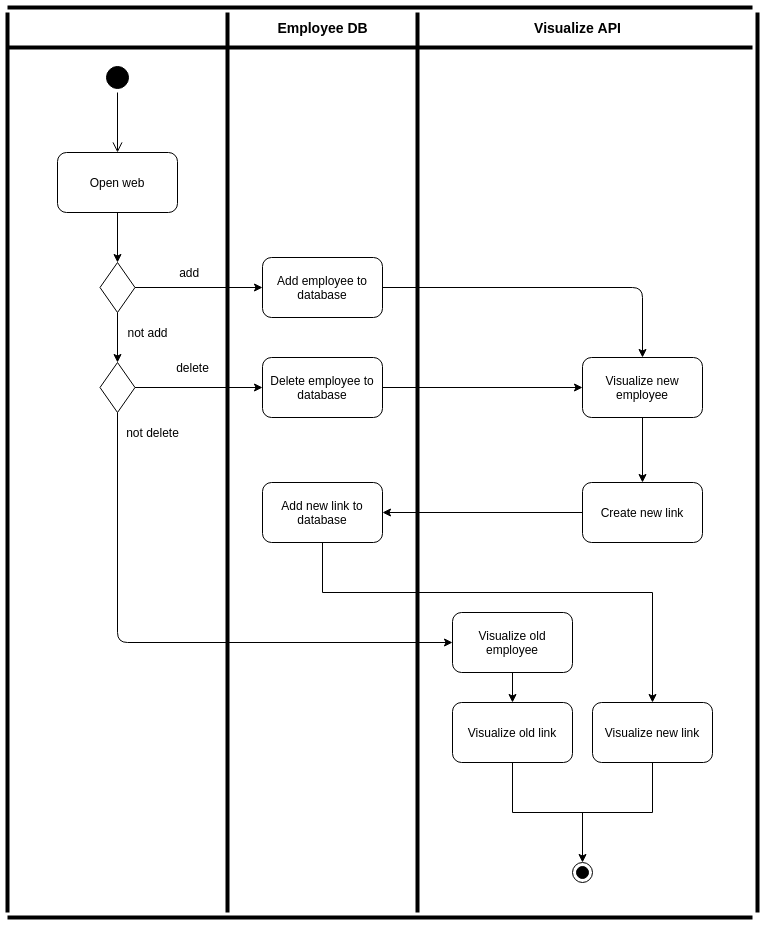
trkhoi/Modeling keeps this draw.io diagram as ActivityDiagram.png. Above is the earlier version. Source tidied: cells renumbered, new cells last; positions are measured from the earlier drawing's top-left corner, leaving out a move shared by most shapes.
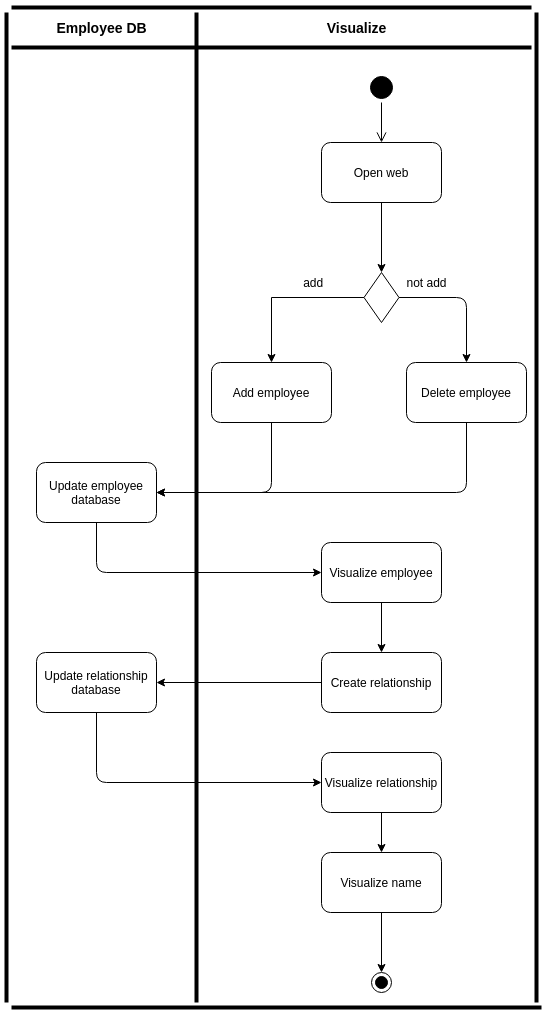
Above is the later version.

Change to the diagram source:
```diff
@@ -3,163 +3,132 @@
     <mxCell id="0" />
     <mxCell id="1" parent="0" />
     <mxCell id="2" style="ellipse;html=1;shape=startState;fillColor=#000000;" parent="1" vertex="1">
-      <mxGeometry x="100" y="60" width="30" height="30" as="geometry" />
+      <mxGeometry x="585" y="70" width="30" height="30" as="geometry" />
     </mxCell>
-    <mxCell id="3" style="edgeStyle=orthogonalEdgeStyle;html=1;verticalAlign=bottom;endArrow=open;endSize=8;" parent="1" edge="1" source="2">
-      <mxGeometry relative="1" as="geometry">
-        <mxPoint x="115" y="150" as="targetPoint" />
-      </mxGeometry>
+    <mxCell id="3" style="edgeStyle=orthogonalEdgeStyle;html=1;verticalAlign=bottom;endArrow=open;endSize=8;entryX=0.5;entryY=0;entryDx=0;entryDy=0;" parent="1" edge="1" source="2" target="4">
+      <mxGeometry relative="1" as="geometry" />
     </mxCell>
     <mxCell id="4" value="Open web" style="rounded=1;whiteSpace=wrap;html=1;strokeColor=#000000;" parent="1" vertex="1">
-      <mxGeometry x="55" y="150" width="120" height="60" as="geometry" />
+      <mxGeometry x="540" y="140" width="120" height="60" as="geometry" />
     </mxCell>
-    <mxCell id="5" style="endArrow=classic;html=1;strokeColor=#000000;exitX=0.5;exitY=1;exitDx=0;exitDy=0;" parent="1" edge="1" source="4">
-      <mxGeometry relative="1" as="geometry">
-        <mxPoint x="115" y="260" as="targetPoint" />
-      </mxGeometry>
+    <mxCell id="5" style="endArrow=classic;html=1;strokeColor=#000000;exitX=0.5;exitY=1;exitDx=0;exitDy=0;entryX=0.5;entryY=0;entryDx=0;entryDy=0;" parent="1" edge="1" source="4" target="8">
+      <mxGeometry relative="1" as="geometry" />
     </mxCell>
-    <mxCell id="6" style="edgeStyle=orthogonalEdgeStyle;rounded=0;jettySize=auto;html=1;" parent="1" edge="1" source="7">
-      <mxGeometry relative="1" as="geometry">
-        <mxPoint x="510" y="700" as="targetPoint" />
-      </mxGeometry>
-    </mxCell>
-    <mxCell id="7" value="Visualize old employee" style="rounded=1;whiteSpace=wrap;html=1;strokeColor=#000000;" parent="1" vertex="1">
-      <mxGeometry x="450" y="610" width="120" height="60" as="geometry" />
-    </mxCell>
+    <mxCell id="9" style="edgeStyle=orthogonalEdgeStyle;rounded=0;jettySize=auto;html=1;entryX=0.5;entryY=0;entryDx=0;entryDy=0;" parent="1" edge="1" source="8" target="13">
+      <mxGeometry relative="1" as="geometry" />
+    </mxCell>
     <mxCell id="8" style="rhombus;whiteSpace=wrap;html=1;strokeColor=#000000;" parent="1" vertex="1">
-      <mxGeometry x="97.5" y="260" width="35" height="50" as="geometry" />
+      <mxGeometry x="582.5" y="270" width="35" height="50" as="geometry" />
     </mxCell>
-    <mxCell id="9" style="endArrow=classic;html=1;strokeColor=#000000;exitX=1;exitY=0.5;exitDx=0;exitDy=0;entryX=0;entryY=0.5;entryDx=0;entryDy=0;" parent="1" edge="1" source="8" target="13">
-      <mxGeometry relative="1" as="geometry" />
-    </mxCell>
-    <mxCell id="10" style="endArrow=classic;html=1;strokeColor=#000000;exitX=0.5;exitY=1;exitDx=0;exitDy=0;" parent="1" edge="1" source="8">
-      <mxGeometry relative="1" as="geometry">
-        <mxPoint x="115" y="360" as="targetPoint" />
-      </mxGeometry>
-    </mxCell>
     <mxCell id="11" value="&amp;nbsp;add" style="text;html=1;align=center;verticalAlign=middle;" parent="1" vertex="1">
-      <mxGeometry x="165" y="260" width="40" height="20" as="geometry" />
+      <mxGeometry x="510" y="270" width="40" height="20" as="geometry" />
     </mxCell>
     <mxCell id="12" value="not add" style="text;html=1;align=center;verticalAlign=middle;" parent="1" vertex="1">
-      <mxGeometry x="115" y="320" width="60" height="20" as="geometry" />
+      <mxGeometry x="615" y="270" width="60" height="20" as="geometry" />
     </mxCell>
-    <mxCell id="13" value="Add employee to database" style="rounded=1;whiteSpace=wrap;html=1;strokeColor=#000000;" parent="1" vertex="1">
-      <mxGeometry x="260" y="255" width="120" height="60" as="geometry" />
+    <mxCell id="13" value="Add employee" style="rounded=1;whiteSpace=wrap;html=1;strokeColor=#000000;" parent="1" vertex="1">
+      <mxGeometry x="430" y="360" width="120" height="60" as="geometry" />
     </mxCell>
-    <mxCell id="14" style="edgeStyle=orthogonalEdgeStyle;rounded=0;jettySize=auto;html=1;exitX=1;exitY=0.5;exitDx=0;exitDy=0;entryX=0;entryY=0.5;entryDx=0;entryDy=0;" parent="1" edge="1" source="19" target="18">
-      <mxGeometry relative="1" as="geometry" />
-    </mxCell>
-    <mxCell id="15" value="not delete" style="text;html=1;align=center;verticalAlign=middle;" parent="1" vertex="1">
-      <mxGeometry x="115" y="420" width="70" height="20" as="geometry" />
-    </mxCell>
-    <mxCell id="16" value="delete" style="text;html=1;align=center;verticalAlign=middle;" parent="1" vertex="1">
-      <mxGeometry x="165" y="355" width="50" height="20" as="geometry" />
-    </mxCell>
-    <mxCell id="17" style="edgeStyle=orthogonalEdgeStyle;rounded=0;jettySize=auto;html=1;entryX=0;entryY=0.5;entryDx=0;entryDy=0;" parent="1" edge="1" source="18" target="22">
-      <mxGeometry relative="1" as="geometry" />
-    </mxCell>
-    <mxCell id="18" value="Delete employee to database" style="rounded=1;whiteSpace=wrap;html=1;strokeColor=#000000;" parent="1" vertex="1">
-      <mxGeometry x="260" y="355" width="120" height="60" as="geometry" />
+    <mxCell id="18" value="Update employee database" style="rounded=1;whiteSpace=wrap;html=1;strokeColor=#000000;" parent="1" vertex="1">
+      <mxGeometry x="255" y="460" width="120" height="60" as="geometry" />
     </mxCell>
-    <mxCell id="19" style="rhombus;whiteSpace=wrap;html=1;strokeColor=#000000;" parent="1" vertex="1">
-      <mxGeometry x="97.5" y="360" width="35" height="50" as="geometry" />
-    </mxCell>
-    <mxCell id="20" style="endArrow=classic;html=1;exitX=1;exitY=0.5;exitDx=0;exitDy=0;entryX=0.5;entryY=0;entryDx=0;entryDy=0;" parent="1" edge="1" source="13" target="22">
-      <mxGeometry relative="1" as="geometry">
-        <Array as="points">
-          <mxPoint x="640" y="285" />
-        </Array>
-      </mxGeometry>
-    </mxCell>
-    <mxCell id="21" style="edgeStyle=orthogonalEdgeStyle;rounded=0;jettySize=auto;html=1;" parent="1" edge="1" source="22">
-      <mxGeometry relative="1" as="geometry">
-        <mxPoint x="640" y="480" as="targetPoint" />
-      </mxGeometry>
-    </mxCell>
+    <mxCell id="44" style="edgeStyle=orthogonalEdgeStyle;rounded=0;jettySize=auto;html=1;" parent="1" edge="1" source="22">
+      <mxGeometry relative="1" as="geometry">
+        <mxPoint x="600" y="650" as="targetPoint" />
+      </mxGeometry>
+    </mxCell>
-    <mxCell id="22" value="Visualize new employee" style="rounded=1;whiteSpace=wrap;html=1;strokeColor=#000000;" parent="1" vertex="1">
-      <mxGeometry x="580" y="355" width="120" height="60" as="geometry" />
+    <mxCell id="22" value="Visualize employee" style="rounded=1;whiteSpace=wrap;html=1;strokeColor=#000000;" parent="1" vertex="1">
+      <mxGeometry x="540" y="540" width="120" height="60" as="geometry" />
     </mxCell>
-    <mxCell id="23" style="edgeStyle=orthogonalEdgeStyle;rounded=0;jettySize=auto;html=1;" parent="1" edge="1" source="24">
-      <mxGeometry relative="1" as="geometry">
-        <mxPoint x="650" y="700" as="targetPoint" />
-        <Array as="points">
-          <mxPoint x="320" y="590" />
-        </Array>
-      </mxGeometry>
-    </mxCell>
-    <mxCell id="24" value="Add new link to database" style="rounded=1;whiteSpace=wrap;html=1;strokeColor=#000000;" parent="1" vertex="1">
-      <mxGeometry x="260" y="480" width="120" height="60" as="geometry" />
-    </mxCell>
-    <mxCell id="25" style="edgeStyle=orthogonalEdgeStyle;rounded=0;jettySize=auto;html=1;entryX=1;entryY=0.5;entryDx=0;entryDy=0;" parent="1" edge="1" source="26" target="24">
-      <mxGeometry relative="1" as="geometry" />
-    </mxCell>
+    <mxCell id="45" style="edgeStyle=orthogonalEdgeStyle;rounded=0;jettySize=auto;html=1;entryX=1;entryY=0.5;entryDx=0;entryDy=0;" parent="1" edge="1" source="26" target="50">
+      <mxGeometry relative="1" as="geometry" />
+    </mxCell>
-    <mxCell id="26" value="Create new link" style="rounded=1;whiteSpace=wrap;html=1;strokeColor=#000000;" parent="1" vertex="1">
-      <mxGeometry x="580" y="480" width="120" height="60" as="geometry" />
+    <mxCell id="26" value="Create relationship" style="rounded=1;whiteSpace=wrap;html=1;strokeColor=#000000;" parent="1" vertex="1">
+      <mxGeometry x="540" y="650" width="120" height="60" as="geometry" />
     </mxCell>
-    <mxCell id="27" style="endArrow=classic;html=1;exitX=0.5;exitY=1;exitDx=0;exitDy=0;entryX=0;entryY=0.5;entryDx=0;entryDy=0;" parent="1" edge="1" source="19" target="7">
-      <mxGeometry relative="1" as="geometry">
-        <Array as="points">
-          <mxPoint x="115" y="640" />
-        </Array>
-      </mxGeometry>
-    </mxCell>
-    <mxCell id="28" value="Visualize new link" style="rounded=1;whiteSpace=wrap;html=1;strokeColor=#000000;" parent="1" vertex="1">
-      <mxGeometry x="590" y="700" width="120" height="60" as="geometry" />
-    </mxCell>
-    <mxCell id="29" value="Visualize old link" style="rounded=1;whiteSpace=wrap;html=1;strokeColor=#000000;" parent="1" vertex="1">
-      <mxGeometry x="450" y="700" width="120" height="60" as="geometry" />
-    </mxCell>
-    <mxCell id="30" style="endArrow=none;html=1;entryX=0.5;entryY=1;entryDx=0;entryDy=0;" parent="1" edge="1" target="29">
-      <mxGeometry relative="1" as="geometry">
-        <mxPoint x="510" y="810" as="sourcePoint" />
-      </mxGeometry>
-    </mxCell>
-    <mxCell id="31" style="endArrow=none;html=1;entryX=0.5;entryY=1;entryDx=0;entryDy=0;" parent="1" edge="1" target="28">
-      <mxGeometry relative="1" as="geometry">
-        <mxPoint x="650" y="810" as="sourcePoint" />
-      </mxGeometry>
-    </mxCell>
-    <mxCell id="32" style="endArrow=none;html=1;" parent="1" edge="1">
-      <mxGeometry relative="1" as="geometry">
-        <mxPoint x="510" y="810" as="sourcePoint" />
-        <mxPoint x="650" y="810" as="targetPoint" />
-      </mxGeometry>
-    </mxCell>
-    <mxCell id="33" style="endArrow=classic;html=1;" parent="1" edge="1">
-      <mxGeometry relative="1" as="geometry">
-        <mxPoint x="580" y="810" as="sourcePoint" />
-        <mxPoint x="580" y="860" as="targetPoint" />
-      </mxGeometry>
-    </mxCell>
     <mxCell id="34" style="ellipse;html=1;shape=endState;fillColor=#000000;" parent="1" vertex="1">
-      <mxGeometry x="570" y="860" width="20" height="20" as="geometry" />
+      <mxGeometry x="590" y="970" width="20" height="20" as="geometry" />
     </mxCell>
-    <mxCell id="35" style="line;strokeWidth=4;direction=south;html=1;perimeter=backbonePerimeter;" parent="1" vertex="1">
-      <mxGeometry y="10" width="10" height="900" as="geometry" />
-    </mxCell>
     <mxCell id="36" style="line;strokeWidth=4;direction=south;html=1;perimeter=backbonePerimeter;" parent="1" vertex="1">
-      <mxGeometry x="220" y="10" width="10" height="900" as="geometry" />
+      <mxGeometry x="220" y="10" width="10" height="990" as="geometry" />
     </mxCell>
     <mxCell id="37" style="line;strokeWidth=4;direction=south;html=1;perimeter=backbonePerimeter;" parent="1" vertex="1">
-      <mxGeometry x="410" y="10" width="10" height="900" as="geometry" />
+      <mxGeometry x="410" y="10" width="10" height="990" as="geometry" />
     </mxCell>
     <mxCell id="38" style="line;strokeWidth=4;direction=south;html=1;perimeter=backbonePerimeter;" parent="1" vertex="1">
-      <mxGeometry x="750" y="10" width="10" height="900" as="geometry" />
+      <mxGeometry x="750" y="10" width="10" height="990" as="geometry" />
     </mxCell>
     <mxCell id="39" style="line;strokeWidth=4;html=1;perimeter=backbonePerimeter;" parent="1" vertex="1">
-      <mxGeometry x="5" y="40" width="745" height="10" as="geometry" />
+      <mxGeometry x="230" y="40" width="520" height="10" as="geometry" />
     </mxCell>
     <mxCell id="40" style="line;strokeWidth=4;html=1;perimeter=backbonePerimeter;" parent="1" vertex="1">
-      <mxGeometry x="5" width="745" height="10" as="geometry" />
+      <mxGeometry x="230" width="520" height="10" as="geometry" />
     </mxCell>
     <mxCell id="41" value="&lt;b&gt;&lt;font style=&quot;font-size: 14px&quot;&gt;Employee DB&lt;/font&gt;&lt;/b&gt;" style="text;html=1;align=center;verticalAlign=middle;" parent="1" vertex="1">
       <mxGeometry x="265" y="15" width="110" height="20" as="geometry" />
     </mxCell>
-    <mxCell id="42" value="&lt;b&gt;&lt;font style=&quot;font-size: 14px&quot;&gt;Visualize API&lt;/font&gt;&lt;/b&gt;" style="text;html=1;align=center;verticalAlign=middle;" parent="1" vertex="1">
-      <mxGeometry x="525" y="15" width="100" height="20" as="geometry" />
+    <mxCell id="42" value="&lt;b&gt;&lt;font style=&quot;font-size: 14px&quot;&gt;Visualize&lt;/font&gt;&lt;/b&gt;" style="text;html=1;align=center;verticalAlign=middle;" parent="1" vertex="1">
+      <mxGeometry x="535" y="15" width="80" height="20" as="geometry" />
     </mxCell>
     <mxCell id="43" style="line;strokeWidth=4;html=1;perimeter=backbonePerimeter;" parent="1" vertex="1">
-      <mxGeometry x="5" y="910" width="745" height="10" as="geometry" />
+      <mxGeometry x="230" y="1000" width="530" height="10" as="geometry" />
     </mxCell>
+    <mxCell id="46" style="endArrow=classic;html=1;exitX=1;exitY=0.5;exitDx=0;exitDy=0;entryX=0.5;entryY=0;entryDx=0;entryDy=0;" parent="1" edge="1" source="8" target="47">
+      <mxGeometry relative="1" as="geometry">
+        <Array as="points">
+          <mxPoint x="685" y="295" />
+        </Array>
+      </mxGeometry>
+    </mxCell>
+    <mxCell id="47" value="Delete employee" style="rounded=1;whiteSpace=wrap;html=1;strokeColor=#000000;" parent="1" vertex="1">
+      <mxGeometry x="625" y="360" width="120" height="60" as="geometry" />
+    </mxCell>
+    <mxCell id="48" style="endArrow=classic;html=1;exitX=0.5;exitY=1;exitDx=0;exitDy=0;entryX=1;entryY=0.5;entryDx=0;entryDy=0;" parent="1" edge="1" source="13" target="18">
+      <mxGeometry relative="1" as="geometry">
+        <Array as="points">
+          <mxPoint x="490" y="490" />
+        </Array>
+      </mxGeometry>
+    </mxCell>
+    <mxCell id="49" style="endArrow=classic;html=1;entryX=1;entryY=0.5;entryDx=0;entryDy=0;" parent="1" edge="1" source="47" target="18">
+      <mxGeometry relative="1" as="geometry">
+        <Array as="points">
+          <mxPoint x="685" y="490" />
+        </Array>
+      </mxGeometry>
+    </mxCell>
+    <mxCell id="17" style="endArrow=classic;html=1;exitX=0.5;exitY=1;exitDx=0;exitDy=0;entryX=0;entryY=0.5;entryDx=0;entryDy=0;" parent="1" edge="1" source="18" target="22">
+      <mxGeometry relative="1" as="geometry">
+        <Array as="points">
+          <mxPoint x="315" y="570" />
+        </Array>
+      </mxGeometry>
+    </mxCell>
+    <mxCell id="50" value="Update relationship database" style="rounded=1;whiteSpace=wrap;html=1;strokeColor=#000000;" parent="1" vertex="1">
+      <mxGeometry x="255" y="650" width="120" height="60" as="geometry" />
+    </mxCell>
+    <mxCell id="51" style="endArrow=classic;html=1;exitX=0.5;exitY=1;exitDx=0;exitDy=0;entryX=0;entryY=0.5;entryDx=0;entryDy=0;" parent="1" edge="1" source="50" target="53">
+      <mxGeometry relative="1" as="geometry">
+        <Array as="points">
+          <mxPoint x="315" y="780" />
+        </Array>
+      </mxGeometry>
+    </mxCell>
+    <mxCell id="52" style="edgeStyle=orthogonalEdgeStyle;rounded=0;jettySize=auto;html=1;" parent="1" edge="1" source="53">
+      <mxGeometry relative="1" as="geometry">
+        <mxPoint x="600" y="850" as="targetPoint" />
+      </mxGeometry>
+    </mxCell>
+    <mxCell id="53" value="Visualize relationship" style="rounded=1;whiteSpace=wrap;html=1;strokeColor=#000000;" parent="1" vertex="1">
+      <mxGeometry x="540" y="750" width="120" height="60" as="geometry" />
+    </mxCell>
+    <mxCell id="54" style="edgeStyle=orthogonalEdgeStyle;rounded=0;jettySize=auto;html=1;" parent="1" edge="1" source="55">
+      <mxGeometry relative="1" as="geometry">
+        <mxPoint x="600" y="970" as="targetPoint" />
+      </mxGeometry>
+    </mxCell>
+    <mxCell id="55" value="Visualize name" style="rounded=1;whiteSpace=wrap;html=1;strokeColor=#000000;" parent="1" vertex="1">
+      <mxGeometry x="540" y="850" width="120" height="60" as="geometry" />
+    </mxCell>
   </root>
 </mxGraphModel>
```
